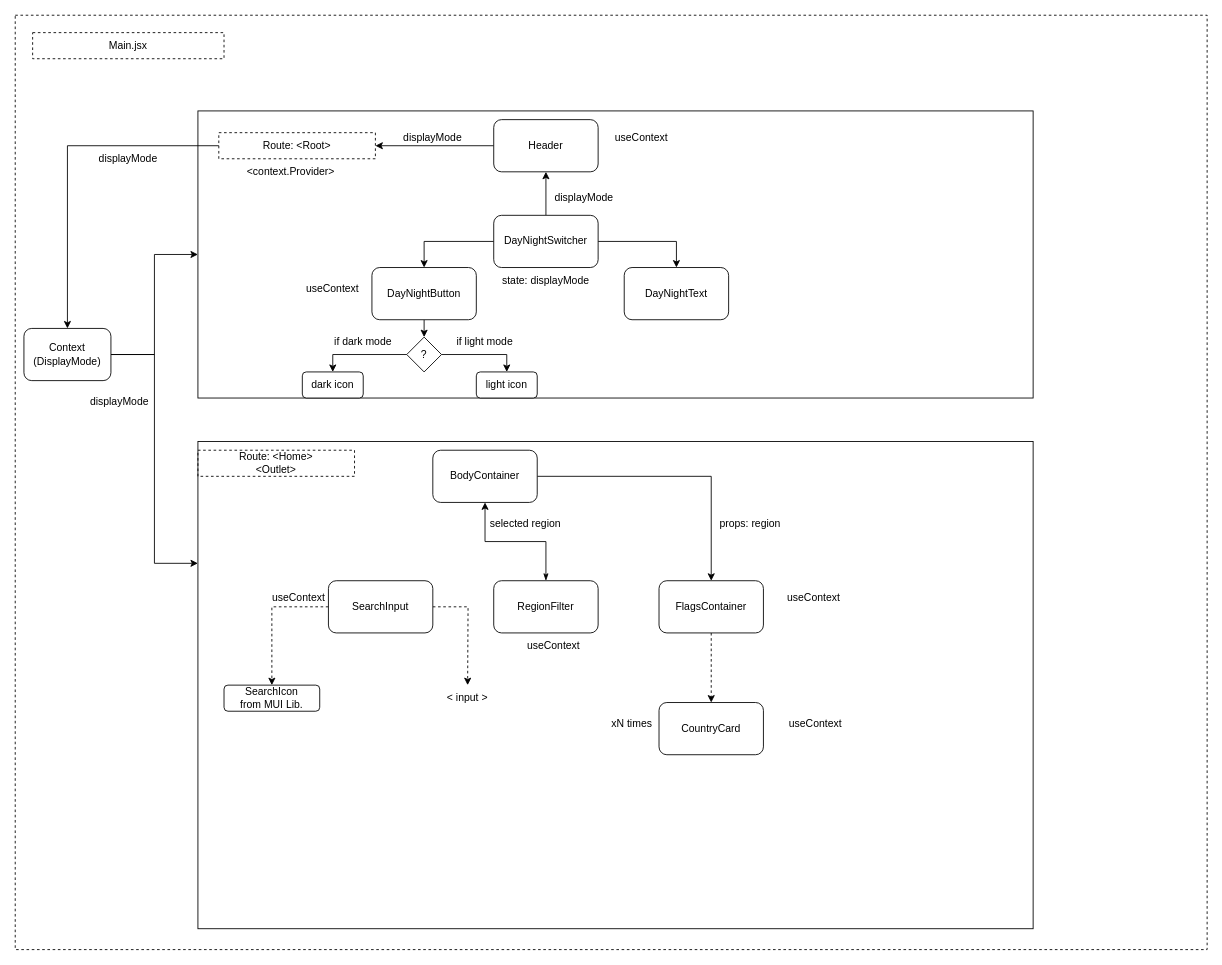
Earlier version of the draw.io diagram comp_architecture.drawio (aisiklar/REST_Countries_API_Project). Source tidied: cells renumbered, new cells numbered last; positions are measured from the earlier drawing's top-left corner, leaving out a move shared by most shapes. Both pictures are drawn from the tidied source at 87%, with x=0, y=0 at pixel (15, 15).
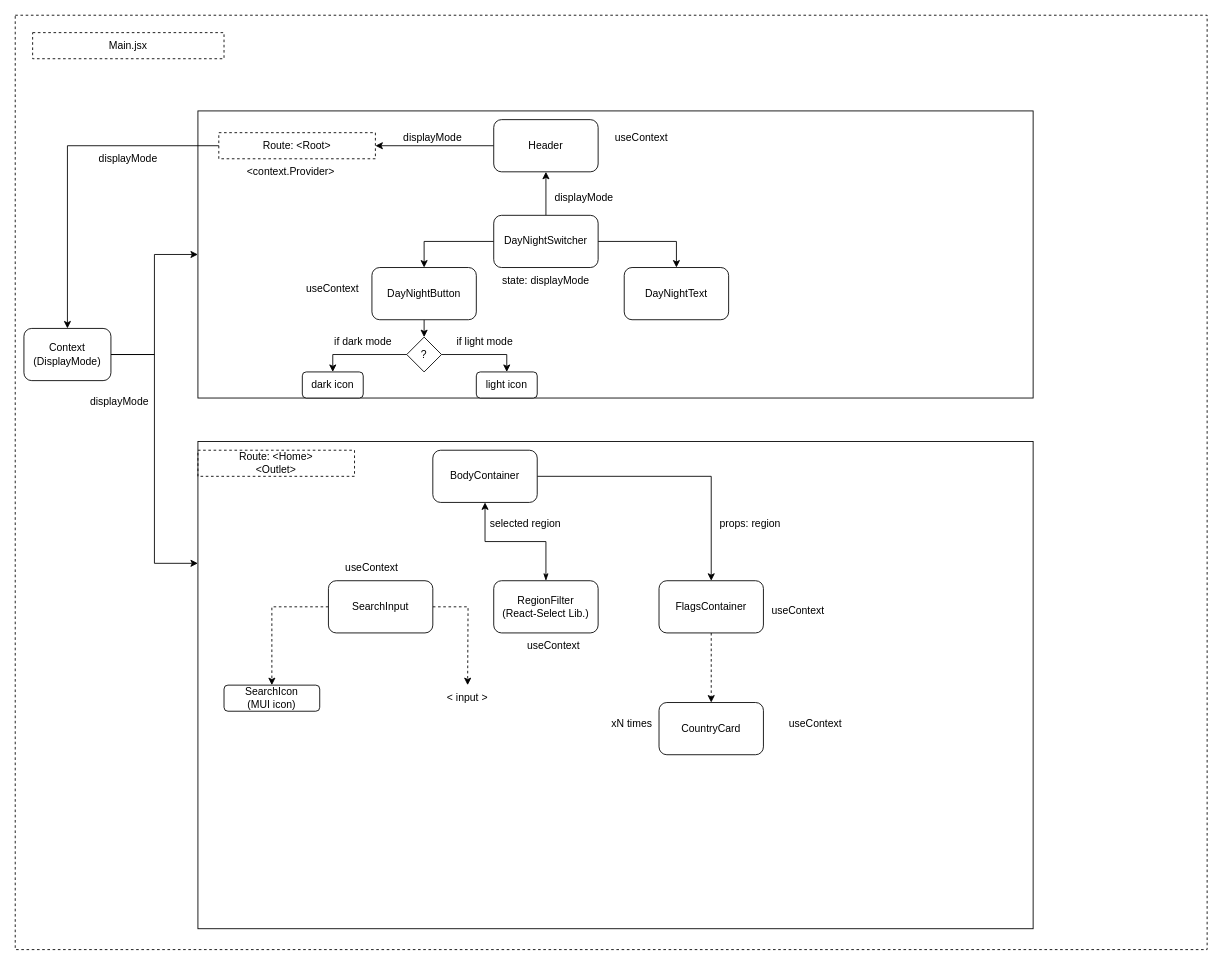
Above is the later version.

Diff of the diagram source:
```diff
@@
-    <mxCell id="11" value="RegionFilter" style="rounded=1;whiteSpace=wrap;html=1;" parent="1" vertex="1">
+    <mxCell id="11" value="RegionFilter&lt;br&gt;(React-Select Lib.)" style="rounded=1;whiteSpace=wrap;html=1;" parent="1" vertex="1">
       <mxGeometry x="550" y="650" width="120" height="60" as="geometry" />
     </mxCell>
@@
-    <mxCell id="37" value="SearchIcon&lt;br&gt;from MUI Lib." style="rounded=1;whiteSpace=wrap;html=1;" parent="1" vertex="1">
+    <mxCell id="37" value="SearchIcon&lt;br&gt;(MUI icon)" style="rounded=1;whiteSpace=wrap;html=1;" parent="1" vertex="1">
       <mxGeometry x="240" y="770" width="110" height="30" as="geometry" />
     </mxCell>
@@
     <mxCell id="51" value="useContext" style="text;html=1;strokeColor=none;fillColor=none;align=center;verticalAlign=middle;whiteSpace=wrap;rounded=0;" parent="1" vertex="1">
-      <mxGeometry x="266" y="655" width="120" height="30" as="geometry" />
+      <mxGeometry x="350" y="620" width="120" height="30" as="geometry" />
     </mxCell>
@@
     <mxCell id="53" value="useContext" style="text;html=1;strokeColor=none;fillColor=none;align=center;verticalAlign=middle;whiteSpace=wrap;rounded=0;" parent="1" vertex="1">
-      <mxGeometry x="858" y="655" width="120" height="30" as="geometry" />
+      <mxGeometry x="840" y="670" width="120" height="30" as="geometry" />
     </mxCell>
```
